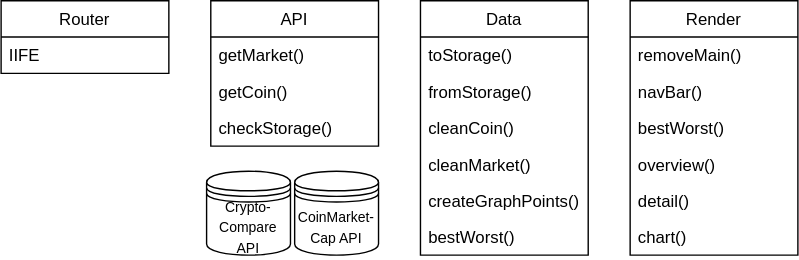
Before: public/img/actor.svg, a diagram exported from draw.io (DanielvandeVelde/web-app-from-scratch-1920). Source tidied: cells renumbered, new cells last; positions are measured from the earlier drawing's top-left corner, leaving out a move shared by most shapes.
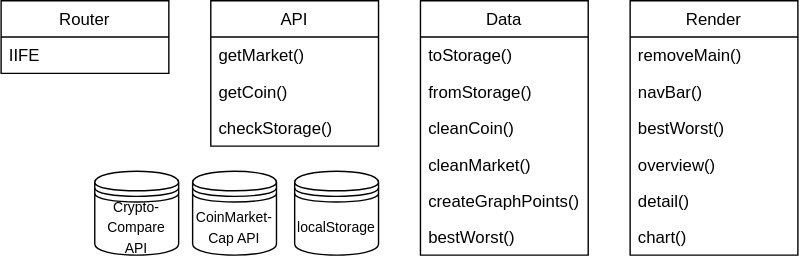
Above is the later version.

Commit message:
actor_diagram_localstorage

What changed in the source:
```diff
@@ -63,10 +63,13 @@
       <mxGeometry y="78" width="120" height="26" as="geometry" />
     </mxCell>
     <mxCell id="22" value="&lt;font style=&quot;font-size: 10px&quot;&gt;Crypto-&lt;br&gt;Compare&lt;br&gt;API&lt;/font&gt;" style="shape=datastore;whiteSpace=wrap;html=1;" parent="1" vertex="1">
-      <mxGeometry x="147" y="122" width="60" height="60" as="geometry" />
+      <mxGeometry x="67" y="122" width="60" height="60" as="geometry" />
     </mxCell>
     <mxCell id="23" value="&lt;span style=&quot;font-size: 10px&quot;&gt;CoinMarket-Cap API&lt;/span&gt;" style="shape=datastore;whiteSpace=wrap;html=1;" parent="1" vertex="1">
-      <mxGeometry x="210" y="122" width="60" height="60" as="geometry" />
+      <mxGeometry x="137" y="122" width="60" height="60" as="geometry" />
     </mxCell>
+    <mxCell id="24" value="&lt;span style=&quot;font-size: 10px&quot;&gt;localStorage&lt;/span&gt;" style="shape=datastore;whiteSpace=wrap;html=1;" parent="1" vertex="1">
+      <mxGeometry x="210" y="122" width="60" height="60" as="geometry" />
+    </mxCell>
   </root>
 </mxGraphModel>
```
